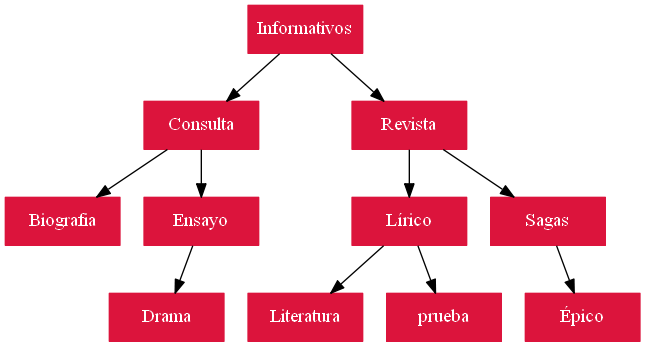
Before: AVL_Categorias.png, a diagram exported from Graphviz (juanpaestrada20/EDD_PY2_201800709). Its source is kept beside it as AVL_Categorias.dot.
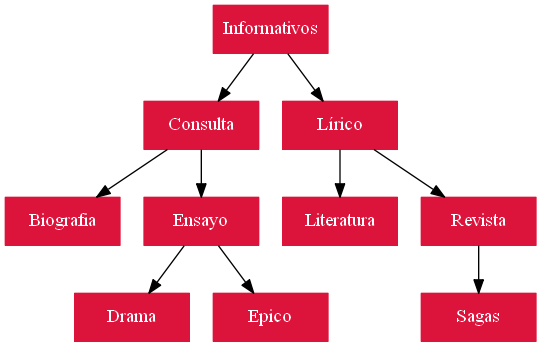
The same diagram one commit later.

Change to the diagram source:
```diff
@@ -5,11 +5,10 @@
 Consulta->Biografia
 Consulta->Ensayo
 Ensayo->Drama
-Informativos->Revista
-Revista->Lírico
+Ensayo->Epico
+Informativos->Lírico
 Lírico->Literatura
-Lírico->prueba
+Lírico->Revista
 Revista->Sagas
-Sagas->Épico
 
 }
```
